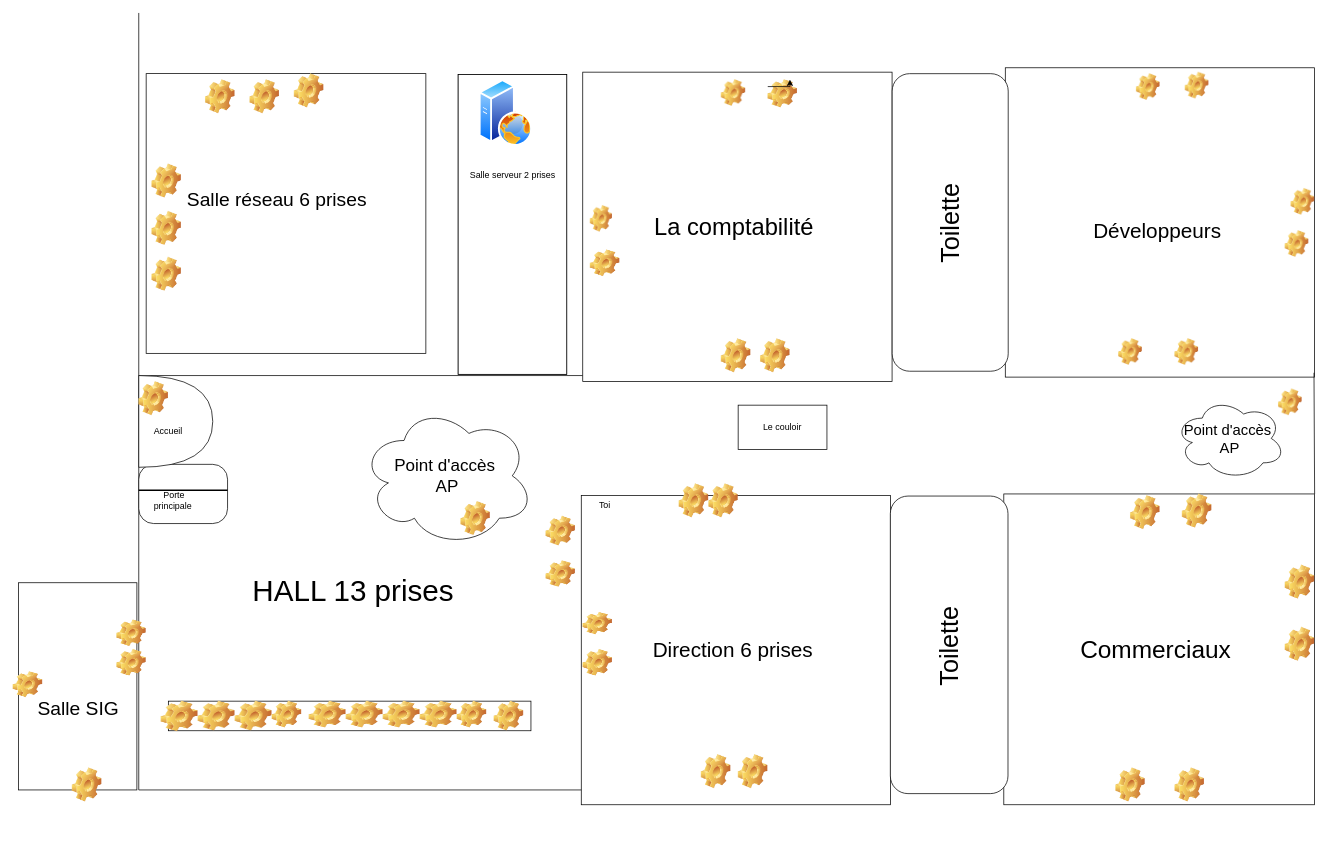
DevepProd/0x00-Fix_My_Code_Challenge keeps this draw.io diagram as Diagramme sans nom.drawio. Above is the earlier version. Source tidied: cells renumbered, new cells numbered last; positions are measured from the earlier drawing's top-left corner, leaving out a move shared by most shapes. Both pictures are drawn from the tidied source at 74%, with x=0, y=0 at pixel (-26, 13).
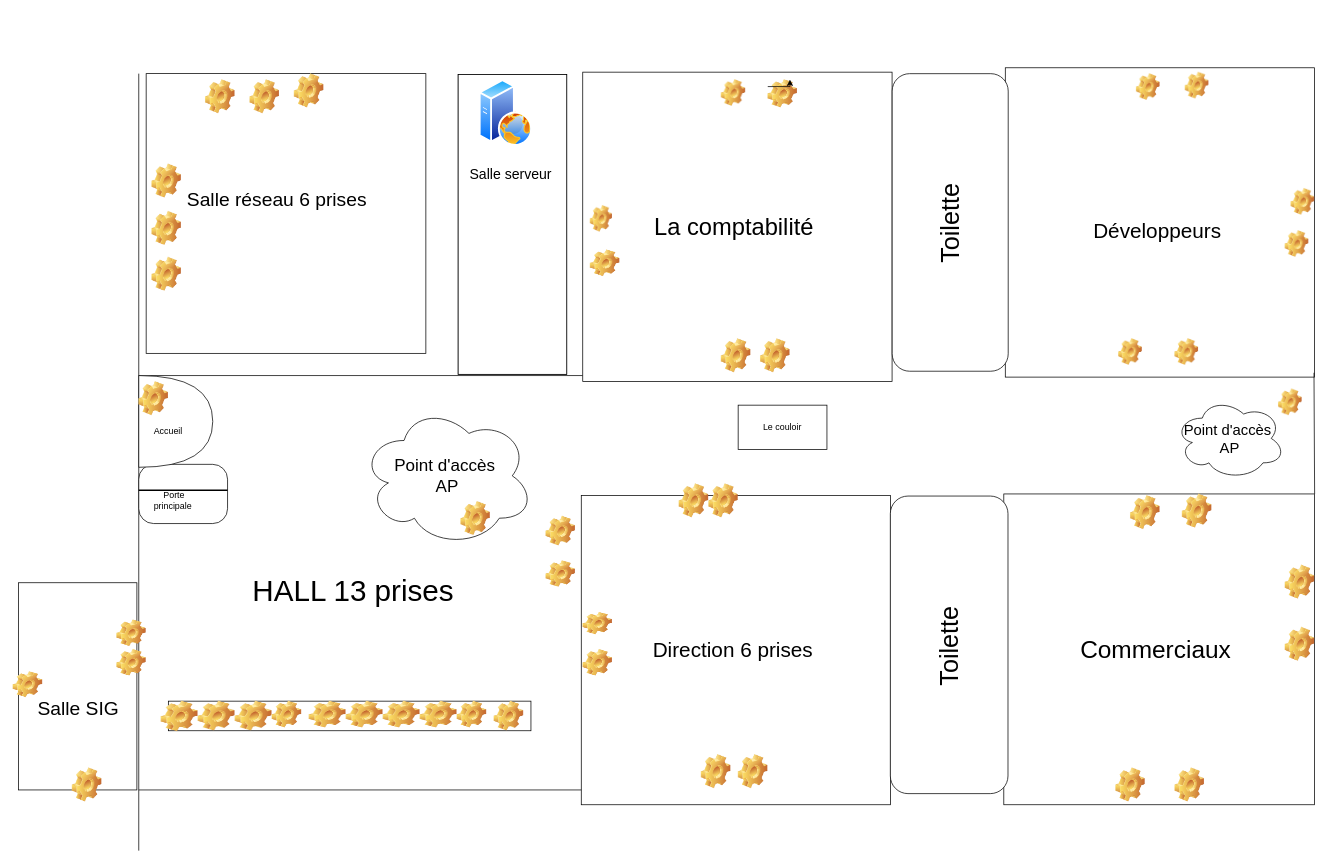
The same diagram, later.

Commit message (it also covers changes not shown here):
Mettre à jour Diagramme sans nom.drawio

Diff of the diagram source:
```diff
@@
     <mxCell id="3" style="endArrow=none;html=1;rounded=0;" parent="1" edge="1">
       <mxGeometry relative="1" as="geometry">
-        <mxPoint x="222" as="sourcePoint" />
-        <mxPoint x="222" y="1050" as="targetPoint" />
+        <mxPoint x="222" y="82" as="sourcePoint" />
+        <mxPoint x="222" y="1132" as="targetPoint" />
       </mxGeometry>
     </mxCell>
@@
-    <mxCell id="48" value="Salle serveur 2 prises" style="text;html=1;align=center;verticalAlign=middle;strokeColor=none;fillColor=none;" parent="1" vertex="1">
-      <mxGeometry x="657" y="204" width="140" height="30" as="geometry" />
+    <mxCell id="48" value="&lt;font style=&quot;font-size: 19px;&quot;&gt;Salle serveur&amp;nbsp;&lt;/font&gt;" style="text;html=1;align=center;verticalAlign=middle;strokeColor=none;fillColor=none;" parent="1" vertex="1">
+      <mxGeometry x="657" y="199" width="140" height="40" as="geometry" />
     </mxCell>
@@
-    <mxCell id="68" value="Toi" style="text;html=1;align=center;verticalAlign=middle;whiteSpace=wrap;rounded=0;" parent="1" vertex="1">
-      <mxGeometry x="822" y="650" width="60" height="30" as="geometry" />
-    </mxCell>
```
